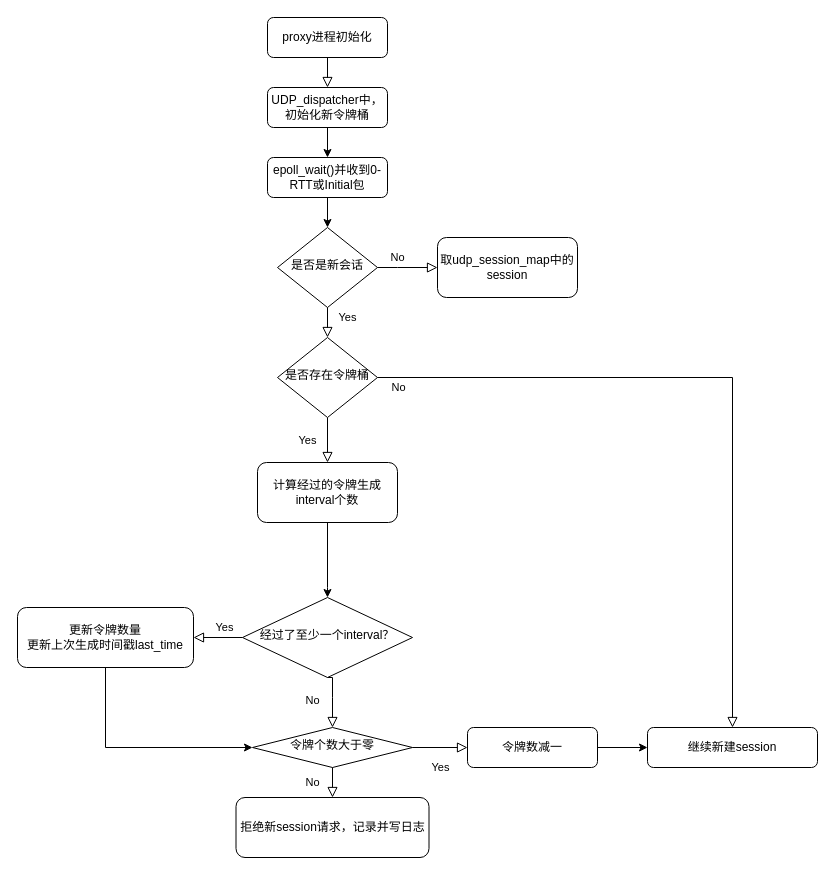
Before: 未命名绘图.drawio in llyxperf/c10k-server, a draw.io diagram. Source tidied: cells renumbered, new cells numbered last; positions are measured from the earlier drawing's top-left corner, leaving out a move shared by most shapes. Both pictures are drawn from the tidied source at 100%, with x=0, y=0 at pixel (17, 17).
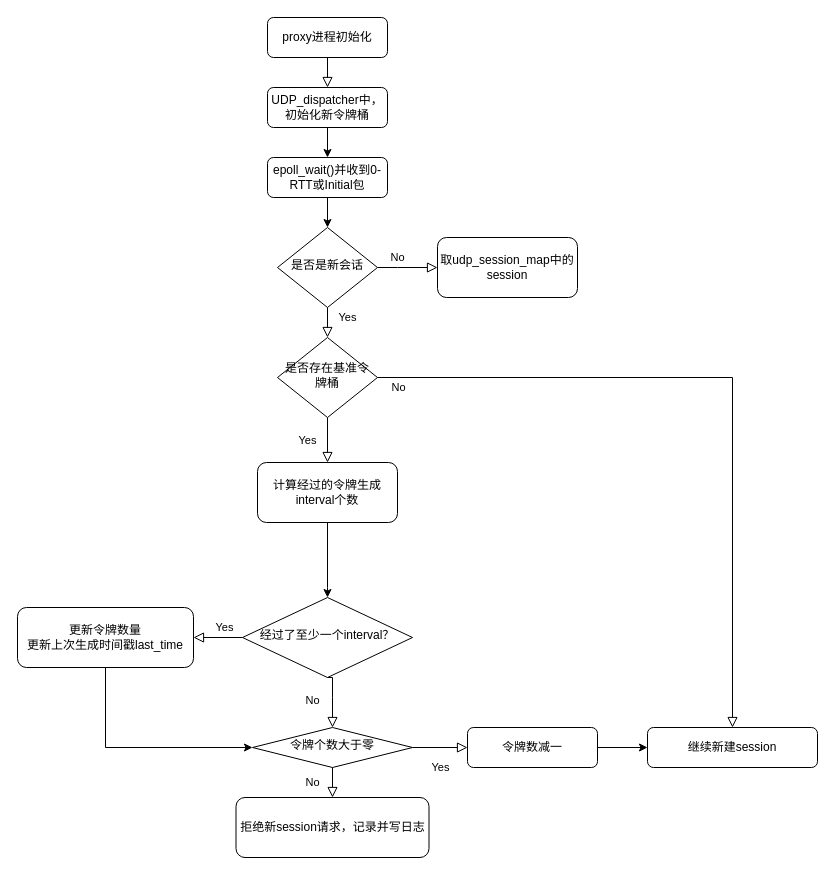
Above is the later version.

What changed in the source:
```diff
@@
-    <mxCell id="10" value="是否存在令牌桶" style="rhombus;whiteSpace=wrap;html=1;shadow=0;fontFamily=Helvetica;fontSize=12;align=center;strokeWidth=1;spacing=6;spacingTop=-4;" parent="1" vertex="1">
+    <mxCell id="10" value="是否存在基准令牌桶" style="rhombus;whiteSpace=wrap;html=1;shadow=0;fontFamily=Helvetica;fontSize=12;align=center;strokeWidth=1;spacing=6;spacingTop=-4;" parent="1" vertex="1">
       <mxGeometry x="260" y="320" width="100" height="80" as="geometry" />
     </mxCell>
```
